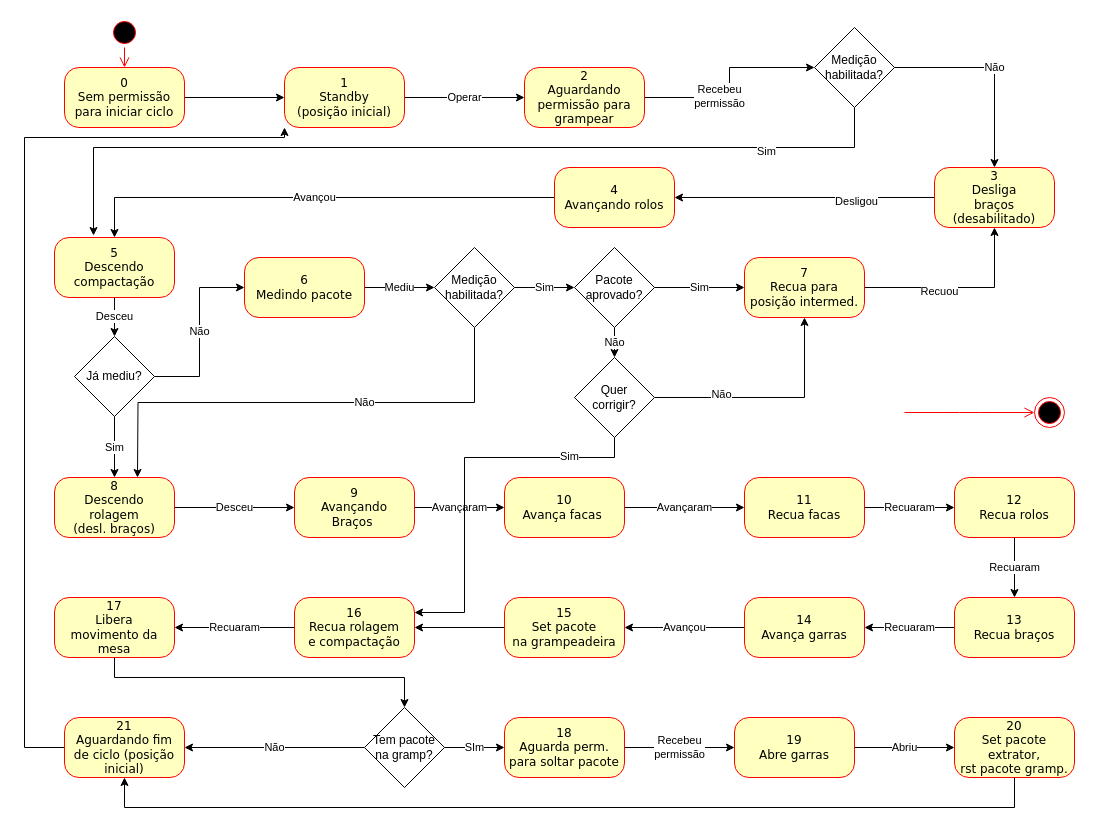
Earlier version of the draw.io diagram estadosGrampeadeiraV2.drawio (JonanMuller/M04196N03_Grampeadeira). Source tidied: cells renumbered, new cells numbered last; positions are measured from the earlier drawing's top-left corner, leaving out a move shared by most shapes. Both pictures are drawn from the tidied source at 100%, with x=0, y=0 at pixel (24, 17).
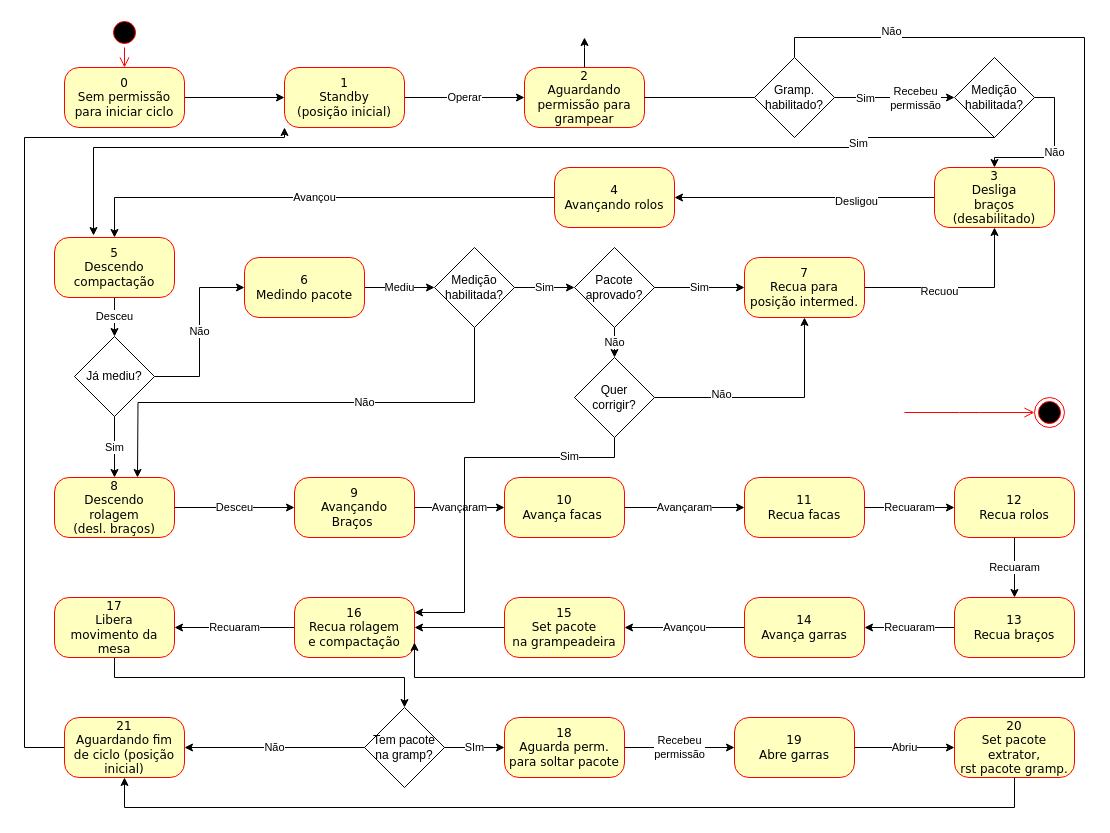
Above is the later version.

Unchanged cells that the change refers to:
```xml
<mxCell id="7" value="2&lt;br&gt;Aguardando&lt;br&gt;permissão para&lt;br&gt;grampear" style="rounded=1;whiteSpace=wrap;html=1;arcSize=24;fillColor=#ffffc0;strokeColor=#ff0000;shadow=0;comic=0;labelBackgroundColor=none;fontFamily=Verdana;fontSize=12;fontColor=#000000;align=center;" parent="1" vertex="1">
  <mxGeometry x="500" y="50" width="120" height="60" as="geometry" />
</mxCell>
<mxCell id="41" value="16&lt;br&gt;Recua rolagem&lt;br&gt;e compactação" style="rounded=1;whiteSpace=wrap;html=1;arcSize=24;fillColor=#ffffc0;strokeColor=#ff0000;shadow=0;comic=0;labelBackgroundColor=none;fontFamily=Verdana;fontSize=12;fontColor=#000000;align=center;" parent="1" vertex="1">
  <mxGeometry x="270" y="580" width="120" height="60" as="geometry" />
</mxCell>
```

Change to the diagram source:
```diff
@@
-    <mxCell id="5" style="edgeStyle=orthogonalEdgeStyle;rounded=0;jettySize=auto;html=1;" parent="1" edge="1" source="7" target="34">
+    <mxCell id="5" style="edgeStyle=orthogonalEdgeStyle;rounded=0;jettySize=auto;html=1;startArrow=none;" parent="1" edge="1" source="79" target="34">
       <mxGeometry relative="1" as="geometry" />
     </mxCell>
-    <mxCell id="6" value="Recebeu&lt;br&gt;permissão" style="edgeLabel;html=1;align=center;verticalAlign=middle;" parent="5" vertex="1">
-      <mxGeometry x="-0.26" y="2" relative="1" as="geometry" />
-    </mxCell>
+    <mxCell id="75" value="Sim" style="edgeLabel;html=1;align=center;verticalAlign=middle;" parent="5" vertex="1">
+      <mxGeometry x="-0.16" y="5" relative="1" as="geometry">
+        <mxPoint x="-20" y="5" as="offset" />
+      </mxGeometry>
+    </mxCell>
+    <mxCell id="76" style="edgeStyle=orthogonalEdgeStyle;rounded=0;jettySize=auto;html=1;" parent="1" edge="1" source="7">
+      <mxGeometry relative="1" as="geometry">
+        <mxPoint x="560" y="20" as="targetPoint" />
+      </mxGeometry>
+    </mxCell>
@@
     <mxCell id="34" value="Medição&lt;br&gt;habilitada?" style="rhombus;whiteSpace=wrap;html=1;" parent="1" vertex="1">
-      <mxGeometry x="790" y="10" width="80" height="80" as="geometry" />
+      <mxGeometry x="930" y="40" width="80" height="80" as="geometry" />
     </mxCell>
@@
+    <mxCell id="77" style="edgeStyle=orthogonalEdgeStyle;rounded=0;jettySize=auto;html=1;exitX=0.5;exitY=0;exitDx=0;exitDy=0;entryX=1;entryY=0.75;entryDx=0;entryDy=0;" parent="1" edge="1" source="79" target="41">
+      <mxGeometry relative="1" as="geometry">
+        <Array as="points">
+          <mxPoint x="770" y="20" />
+          <mxPoint x="1060" y="20" />
+          <mxPoint x="1060" y="660" />
+          <mxPoint x="390" y="660" />
+        </Array>
+      </mxGeometry>
+    </mxCell>
+    <mxCell id="78" value="Não" style="edgeLabel;html=1;align=center;verticalAlign=middle;" parent="77" vertex="1">
+      <mxGeometry x="-0.86" y="7" relative="1" as="geometry" />
+    </mxCell>
+    <mxCell id="79" value="Gramp.&lt;br&gt;habilitado?" style="rhombus;whiteSpace=wrap;html=1;" parent="1" vertex="1">
+      <mxGeometry x="730" y="40" width="80" height="80" as="geometry" />
+    </mxCell>
+    <mxCell id="80" style="edgeStyle=orthogonalEdgeStyle;rounded=0;jettySize=auto;html=1;endArrow=none;" parent="1" edge="1" source="7" target="79">
+      <mxGeometry relative="1" as="geometry" />
+    </mxCell>
+    <mxCell id="6" value="Recebeu&lt;br&gt;permissão" style="edgeLabel;html=1;align=center;verticalAlign=middle;" parent="80" vertex="1">
+      <mxGeometry x="-0.26" y="2" relative="1" as="geometry">
+        <mxPoint x="229" y="2" as="offset" />
+      </mxGeometry>
+    </mxCell>
```
